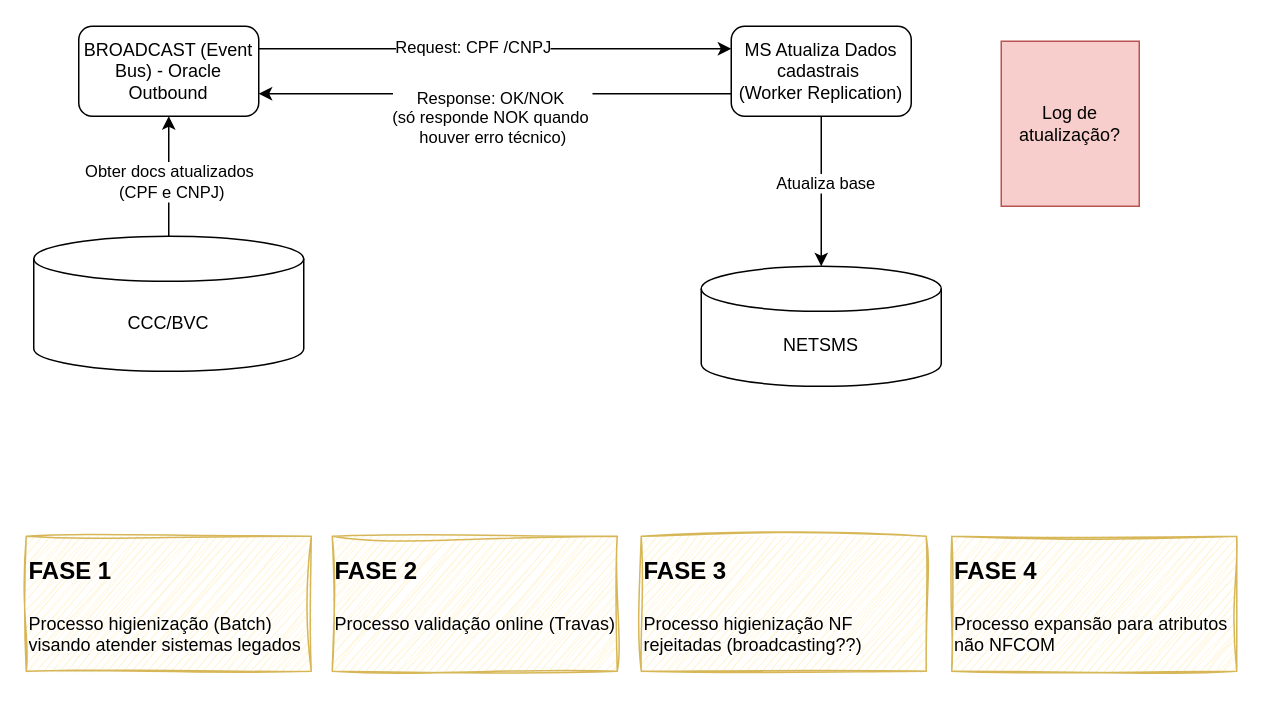
samirali/ClaroBrasil keeps this draw.io diagram as page "Broadcast - CDC Change Data Capture" (2 of 2) of NFCOM Bureau x BVC.drawio. Above is the earlier version. Source tidied: cells renumbered, new cells numbered last; positions are measured from the earlier drawing's top-left corner, leaving out a move shared by most shapes. Both pictures are drawn from the tidied source at 150%, with x=0, y=0 at pixel (26, 26).
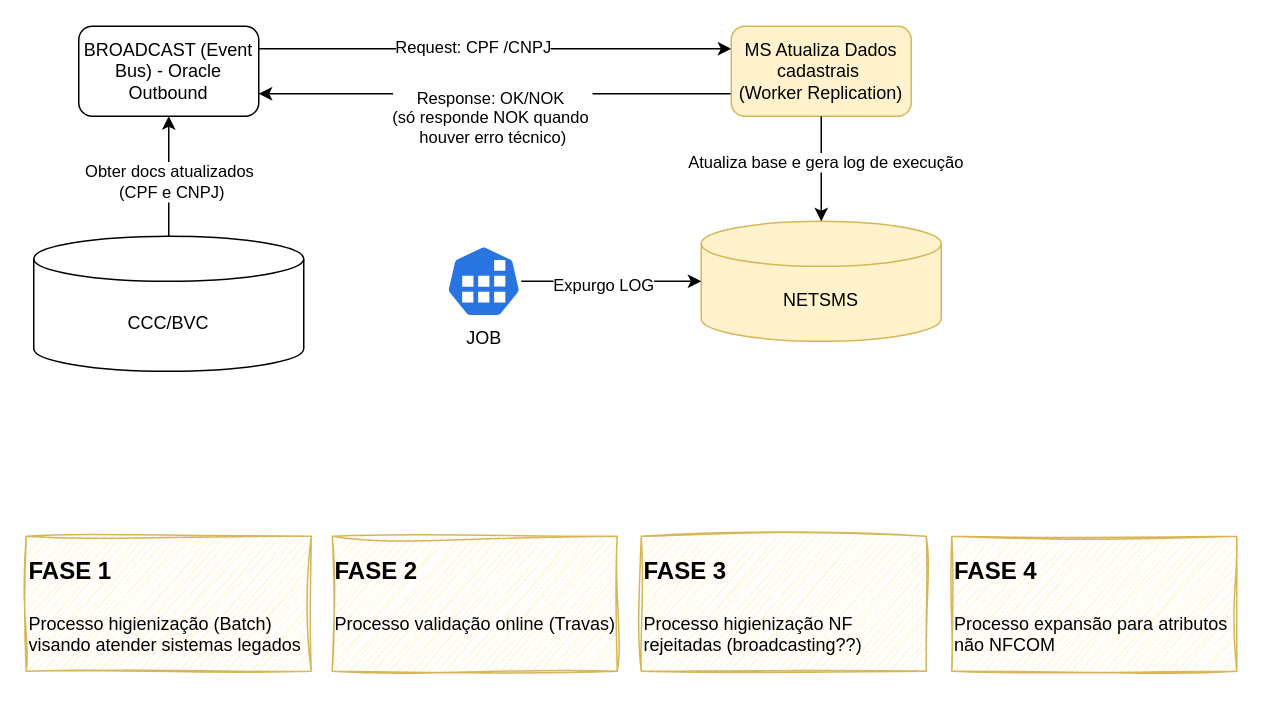
After the change.

Unchanged cells that the change refers to:
```xml
<mxCell id="16" style="edgeStyle=orthogonalEdgeStyle;rounded=0;jettySize=auto;html=1;entryX=0.5;entryY=0;entryDx=0;entryDy=0;entryPerimeter=0;" parent="1" edge="1" source="12" target="9">
  <mxGeometry relative="1" as="geometry" />
</mxCell>
```

The edit, as a diff of the source:
```diff
@@
-    <mxCell id="9" value="NETSMS" style="shape=cylinder3;whiteSpace=wrap;html=1;boundedLbl=1;backgroundOutline=1;size=15;" parent="1" vertex="1">
-      <mxGeometry x="450" y="160" width="160" height="80" as="geometry" />
+    <mxCell id="9" value="NETSMS" style="shape=cylinder3;whiteSpace=wrap;html=1;boundedLbl=1;backgroundOutline=1;size=15;fillColor=#fff2cc;strokeColor=#d6b656;" parent="1" vertex="1">
+      <mxGeometry x="450" y="130" width="160" height="80" as="geometry" />
     </mxCell>
@@
-    <mxCell id="12" value="MS Atualiza Dados cadastrais&amp;nbsp;&lt;div&gt;(Worker Replication)&lt;/div&gt;" style="rounded=1;whiteSpace=wrap;html=1;" parent="1" vertex="1">
+    <mxCell id="12" value="MS Atualiza Dados cadastrais&amp;nbsp;&lt;div&gt;(Worker Replication)&lt;/div&gt;" style="rounded=1;whiteSpace=wrap;html=1;fillColor=#fff2cc;strokeColor=#d6b656;" parent="1" vertex="1">
       <mxGeometry x="470" width="120" height="60" as="geometry" />
     </mxCell>
@@
-    <mxCell id="17" value="Atualiza base" style="edgeLabel;html=1;align=center;verticalAlign=middle;" parent="16" vertex="1">
+    <mxCell id="17" value="Atualiza base e gera log de execução" style="edgeLabel;html=1;align=center;verticalAlign=middle;" parent="16" vertex="1">
       <mxGeometry x="-0.13" y="2" relative="1" as="geometry" />
     </mxCell>
-    <mxCell id="18" value="Log de atualização?" style="text;html=1;align=center;verticalAlign=middle;whiteSpace=wrap;rounded=0;strokeColor=#b85450;fillColor=#f8cecc;" parent="1" vertex="1">
-      <mxGeometry x="650" y="10" width="92" height="110" as="geometry" />
-    </mxCell>
+    <mxCell id="19" value="JOB" style="sketch=0;html=1;dashed=0;whitespace=wrap;verticalLabelPosition=bottom;verticalAlign=top;fillColor=#2875E2;strokeColor=#ffffff;points=[[0.005,0.63,0],[0.1,0.2,0],[0.9,0.2,0],[0.5,0,0],[0.995,0.63,0],[0.72,0.99,0],[0.5,1,0],[0.28,0.99,0]];shape=mxgraph.kubernetes.icon2;prIcon=job;" parent="1" vertex="1">
+      <mxGeometry x="280" y="146" width="50" height="48" as="geometry" />
+    </mxCell>
+    <mxCell id="20" style="edgeStyle=orthogonalEdgeStyle;rounded=0;jettySize=auto;html=1;entryX=0;entryY=0.5;entryDx=0;entryDy=0;entryPerimeter=0;" parent="1" edge="1" source="19" target="9">
+      <mxGeometry relative="1" as="geometry" />
+    </mxCell>
+    <mxCell id="21" value="Expurgo LOG" style="edgeLabel;html=1;align=center;verticalAlign=middle;" parent="20" vertex="1">
+      <mxGeometry x="-0.1" y="-2" relative="1" as="geometry" />
+    </mxCell>
```
